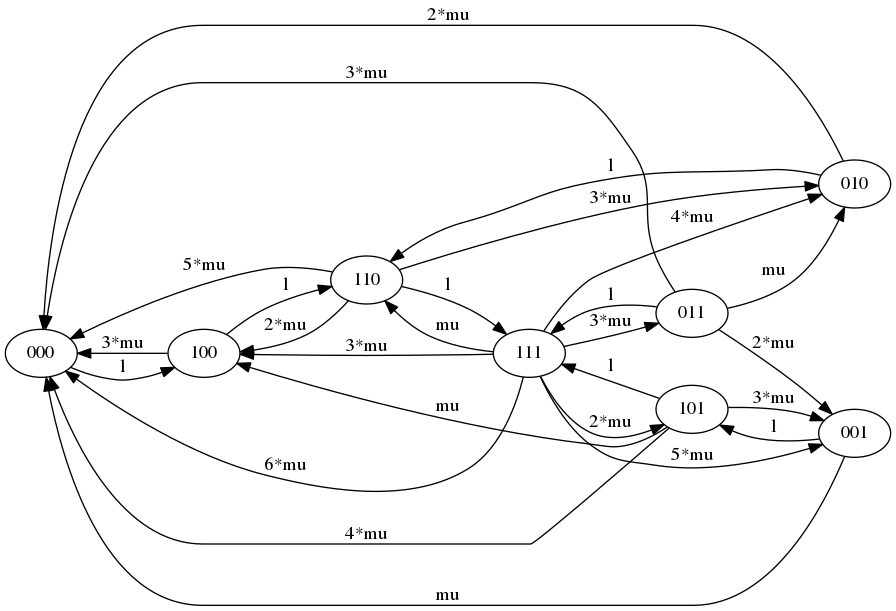
This is 4/state_diagram.png from Ygenks/MOD, a Graphviz export, as it was before one commit. Its source is kept beside it as 4/state_diagram.dot.
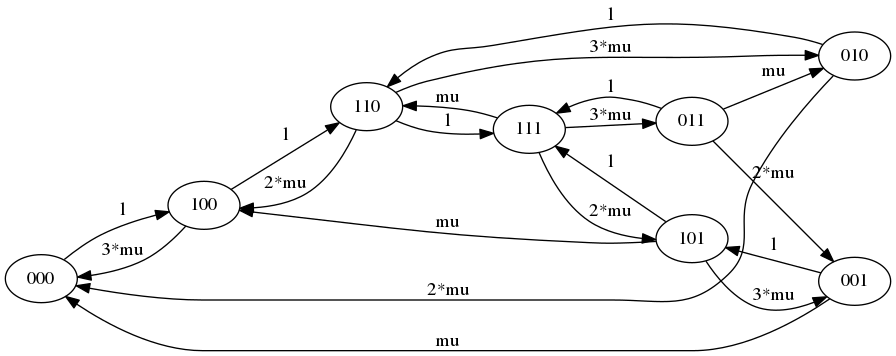
Later version of the same file.

Diff of the diagram source:
```diff
@@ -11,23 +11,17 @@
 
 
     110 -> 111[label="l"];
-    110 -> 000[label="5*mu"];
     110 -> 010[label="3*mu"];
     110 -> 100[label="2*mu"];
 
     010 -> 110[label="l"];
     010 -> 000[label="2*mu"];
 
-    111 -> 100[label="3*mu"];
     111 -> 011[label="3*mu"];
     111 -> 110[label="mu"];
-    111 -> 001[label="5*mu"];
-    111 -> 010[label="4*mu"];
     111 -> 101[label="2*mu"];
-    111 -> 000[label="6*mu"];
 
     101 -> 111[label="l"];
-    101 -> 000[label="4*mu"];
     101 -> 100[label="mu"];
     101 -> 001[label="3*mu"];
 
@@ -37,6 +31,5 @@
     011 -> 111[label="l"];
     011 -> 010[label="mu"];
     011 -> 001[label="2*mu"];
-    011 -> 000[label="3*mu"];
 
 }
```
